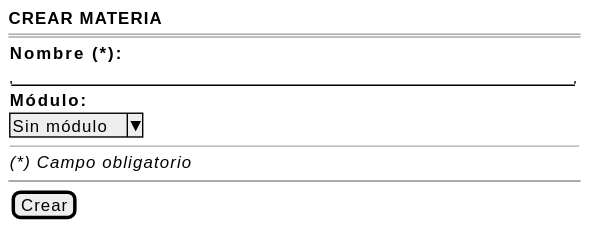
Earlier version of the PlantUML export images/RUP/01-requisitos/03-detalle-casos-uso/crearMateria/wireframe.svg (mmasias/pyCeldaPublico).
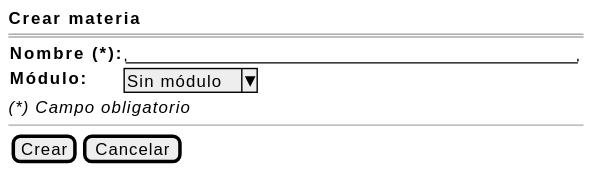
Above is the later version.

The edit, as a diff of the source:
```diff
@@ -1,16 +1,13 @@
 @startsalt crearMateria-wireframe
 {
-    <b>CREAR MATERIA</b>
+    <b>Crear materia</b>
     ====
     {
-        <b>Nombre (*):</b>
-        "                                                  "
-        <b>Módulo:</b>
-        ^Sin módulo^
-        --
-        <i>(*) Campo obligatorio</i>
+        <b>Nombre (*):</b> | "                                        "
+        <b>Módulo:</b> | ^Sin módulo^
     }
-    ~~
-    {[Crear]}
+    <i>(*) Campo obligatorio</i>
+    --
+    {[Crear] | [Cancelar]}
 }
 @endsalt
```
